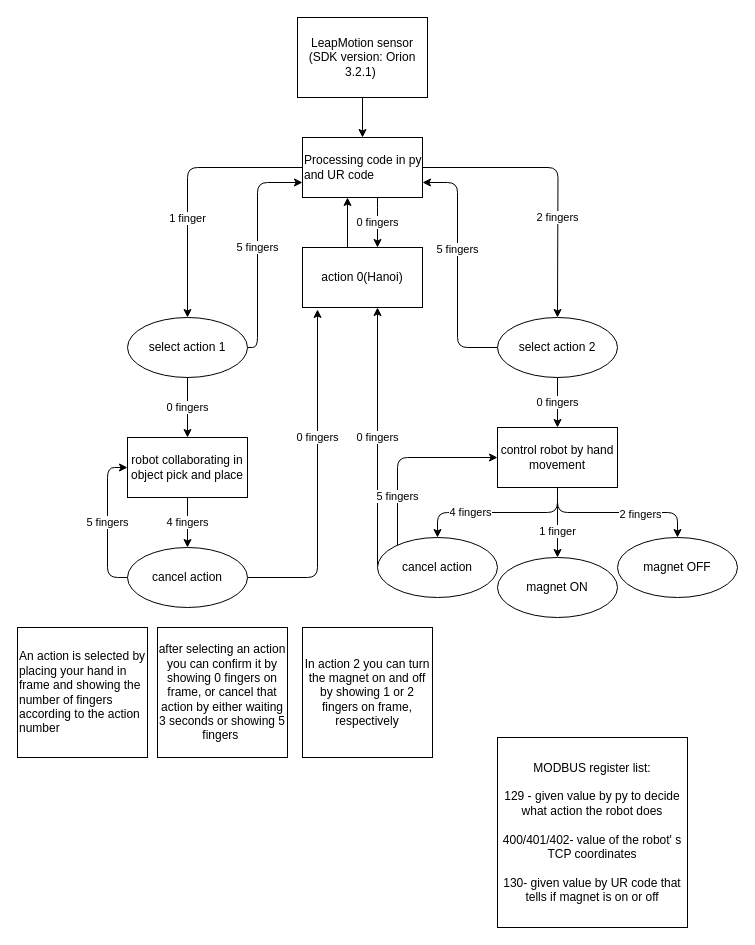
The draw.io diagram diagram.drawio in luisleitao181/leapmotion_UR3, before the edit. Source tidied: cells renumbered, new cells numbered last; positions are measured from the earlier drawing's top-left corner, leaving out a move shared by most shapes. Both pictures are drawn from the tidied source at 100%, with x=0, y=0 at pixel (17, 17).
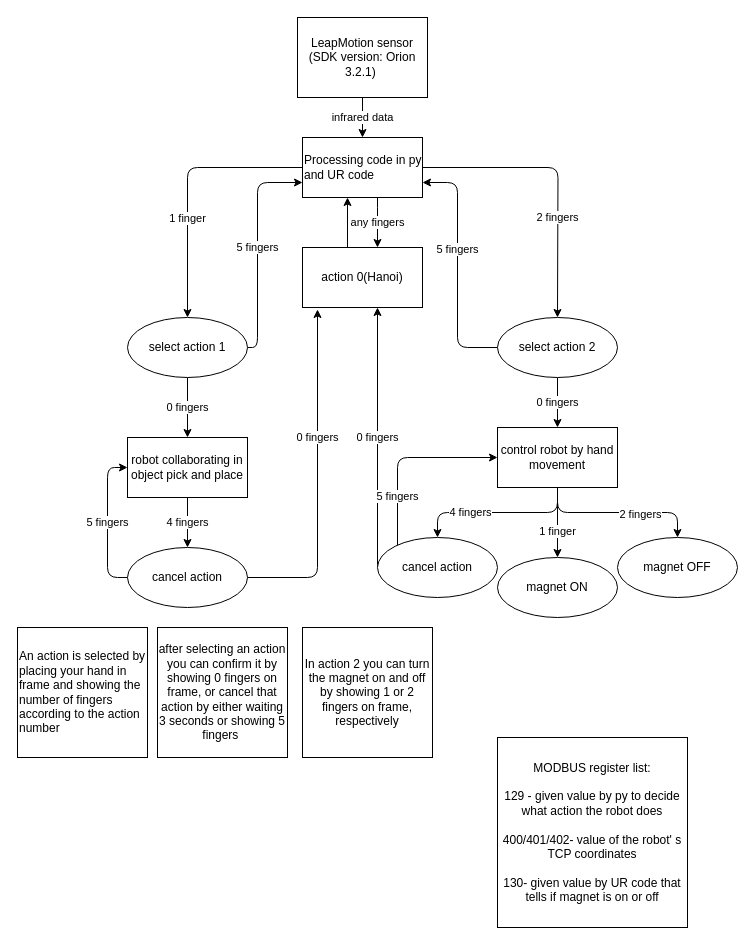
After the change.

Unchanged cells that the change refers to:
```xml
<mxCell id="3" value="LeapMotion sensor&lt;br&gt;(SDK version: Orion 3.2.1)&amp;nbsp;" style="rounded=0;whiteSpace=wrap;html=1;align=center;" parent="1" vertex="1">
  <mxGeometry x="280" width="130" height="80" as="geometry" />
</mxCell>
<mxCell id="5" value="Processing code in py and UR code" style="whiteSpace=wrap;html=1;align=left;rounded=0;" parent="1" vertex="1">
  <mxGeometry x="285" y="120" width="120" height="60" as="geometry" />
</mxCell>
<mxCell id="9" value="action 0(Hanoi)" style="whiteSpace=wrap;html=1;align=center;rounded=0;" parent="1" vertex="1">
  <mxGeometry x="285" y="230" width="120" height="60" as="geometry" />
</mxCell>
```

Change to the diagram source:
```diff
@@
-    <mxCell id="2" style="edgeStyle=orthogonalEdgeStyle;jettySize=auto;html=1;" parent="1" edge="1" source="3" target="5">
+    <mxCell id="2" value="infrared data" style="edgeStyle=orthogonalEdgeStyle;jettySize=auto;html=1;" parent="1" edge="1" source="3" target="5">
       <mxGeometry relative="1" as="geometry" />
     </mxCell>
@@
-    <mxCell id="4" value="0 fingers" style="edgeStyle=orthogonalEdgeStyle;jettySize=auto;html=1;" parent="1" edge="1" source="5" target="9">
+    <mxCell id="4" value="any fingers" style="edgeStyle=orthogonalEdgeStyle;jettySize=auto;html=1;" parent="1" edge="1" source="5" target="9">
       <mxGeometry relative="1" as="geometry">
         <Array as="points">
           <mxPoint x="360" y="200" />
           <mxPoint x="360" y="200" />
         </Array>
       </mxGeometry>
     </mxCell>
```
